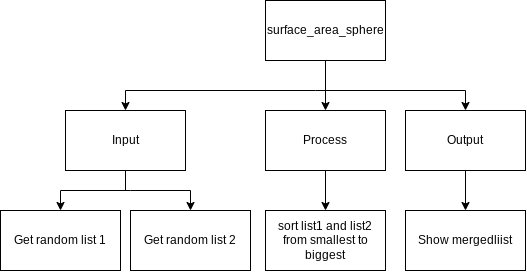
JacksonNaufal/ICS3U-Unit-Assignment-7-Python keeps this draw.io diagram as Drawio/TopDown.png. Above is the earlier version. Source tidied: cells renumbered, new cells last; positions are measured from the earlier drawing's top-left corner, leaving out a move shared by most shapes.
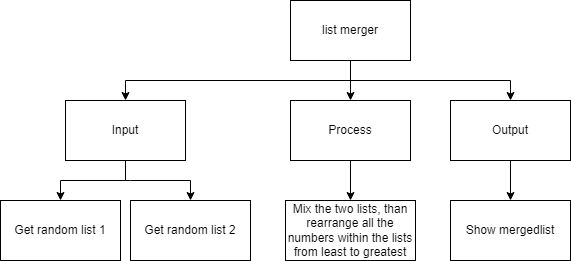
Above is the later version.

Diff of the diagram source:
```diff
@@ -6,71 +6,71 @@
       <mxGeometry relative="1" as="geometry">
         <mxPoint x="315" y="90" as="sourcePoint" />
         <Array as="points">
-          <mxPoint x="465" y="90" />
+          <mxPoint x="625" y="90" />
         </Array>
       </mxGeometry>
     </mxCell>
     <mxCell id="3" style="edgeStyle=none;rounded=0;html=1;entryX=0.5;entryY=0;entryDx=0;entryDy=0;" parent="1" edge="1" target="9">
       <mxGeometry relative="1" as="geometry">
-        <mxPoint x="315" y="90" as="sourcePoint" />
+        <mxPoint x="465" y="90" as="sourcePoint" />
         <Array as="points">
-          <mxPoint x="125" y="90" />
+          <mxPoint x="240" y="90" />
         </Array>
       </mxGeometry>
     </mxCell>
     <mxCell id="4" style="edgeStyle=none;rounded=0;html=1;entryX=0.5;entryY=0;entryDx=0;entryDy=0;endArrow=classic;endFill=1;" parent="1" edge="1" source="5" target="11">
       <mxGeometry relative="1" as="geometry" />
     </mxCell>
-    <mxCell id="5" value="surface_area_sphere" style="rounded=0;whiteSpace=wrap;html=1;" parent="1" vertex="1">
-      <mxGeometry x="265" width="120" height="60" as="geometry" />
+    <mxCell id="5" value="list merger" style="rounded=0;whiteSpace=wrap;html=1;" parent="1" vertex="1">
+      <mxGeometry x="405" y="10" width="120" height="60" as="geometry" />
     </mxCell>
     <mxCell id="6" style="edgeStyle=none;html=1;entryX=0.5;entryY=0;entryDx=0;entryDy=0;rounded=0;" parent="1" edge="1" target="14">
       <mxGeometry relative="1" as="geometry">
-        <mxPoint x="130" y="190" as="sourcePoint" />
+        <mxPoint x="245" y="190" as="sourcePoint" />
         <Array as="points">
-          <mxPoint x="60" y="190" />
+          <mxPoint x="175" y="190" />
         </Array>
       </mxGeometry>
     </mxCell>
     <mxCell id="7" style="edgeStyle=none;html=1;entryX=0.5;entryY=0;entryDx=0;entryDy=0;rounded=0;" parent="1" edge="1" target="17">
       <mxGeometry relative="1" as="geometry">
-        <mxPoint x="130" y="190" as="sourcePoint" />
+        <mxPoint x="245" y="190" as="sourcePoint" />
         <Array as="points">
-          <mxPoint x="190" y="190" />
+          <mxPoint x="305" y="190" />
         </Array>
       </mxGeometry>
     </mxCell>
     <mxCell id="8" style="edgeStyle=none;rounded=0;html=1;endArrow=none;endFill=0;" parent="1" edge="1" source="9">
       <mxGeometry relative="1" as="geometry">
-        <mxPoint x="125" y="190" as="targetPoint" />
+        <mxPoint x="240" y="190" as="targetPoint" />
       </mxGeometry>
     </mxCell>
     <mxCell id="9" value="Input" style="rounded=0;whiteSpace=wrap;html=1;" parent="1" vertex="1">
-      <mxGeometry x="65" y="110" width="120" height="60" as="geometry" />
+      <mxGeometry x="180" y="110" width="120" height="60" as="geometry" />
     </mxCell>
-    <mxCell id="10" style="edgeStyle=none;rounded=0;html=1;entryX=0.5;entryY=0;entryDx=0;entryDy=0;endArrow=classic;endFill=1;" parent="1" edge="1" source="11" target="16">
+    <mxCell id="10" style="edgeStyle=none;rounded=0;html=1;" parent="1" edge="1" source="11" target="16">
       <mxGeometry relative="1" as="geometry" />
     </mxCell>
     <mxCell id="11" value="Process" style="rounded=0;whiteSpace=wrap;html=1;" parent="1" vertex="1">
-      <mxGeometry x="265" y="110" width="120" height="60" as="geometry" />
+      <mxGeometry x="405" y="110" width="120" height="60" as="geometry" />
     </mxCell>
     <mxCell id="12" style="edgeStyle=none;rounded=0;html=1;" parent="1" edge="1" source="13" target="15">
       <mxGeometry relative="1" as="geometry" />
     </mxCell>
     <mxCell id="13" value="Output" style="rounded=0;whiteSpace=wrap;html=1;" parent="1" vertex="1">
-      <mxGeometry x="405" y="110" width="120" height="60" as="geometry" />
+      <mxGeometry x="565" y="110" width="120" height="60" as="geometry" />
     </mxCell>
     <mxCell id="14" value="Get random list 1" style="rounded=0;whiteSpace=wrap;html=1;" parent="1" vertex="1">
-      <mxGeometry y="210" width="120" height="60" as="geometry" />
+      <mxGeometry x="115" y="210" width="120" height="60" as="geometry" />
     </mxCell>
-    <mxCell id="15" value="Show mergedliist" style="rounded=0;whiteSpace=wrap;html=1;" parent="1" vertex="1">
-      <mxGeometry x="405" y="210" width="120" height="60" as="geometry" />
+    <mxCell id="15" value="Show mergedlist" style="rounded=0;whiteSpace=wrap;html=1;" parent="1" vertex="1">
+      <mxGeometry x="565" y="210" width="120" height="60" as="geometry" />
     </mxCell>
-    <mxCell id="16" value="sort list1 and list2 from smallest to biggest" style="rounded=0;whiteSpace=wrap;html=1;" parent="1" vertex="1">
-      <mxGeometry x="265" y="210" width="120" height="60" as="geometry" />
+    <mxCell id="16" value="Mix the two lists, than rearrange all the numbers within the lists from least to greatest" style="rounded=0;whiteSpace=wrap;html=1;" parent="1" vertex="1">
+      <mxGeometry x="400" y="210" width="130" height="60" as="geometry" />
     </mxCell>
     <mxCell id="17" value="Get random list 2" style="rounded=0;whiteSpace=wrap;html=1;" parent="1" vertex="1">
-      <mxGeometry x="130" y="210" width="120" height="60" as="geometry" />
+      <mxGeometry x="245" y="210" width="120" height="60" as="geometry" />
     </mxCell>
   </root>
 </mxGraphModel>
```
